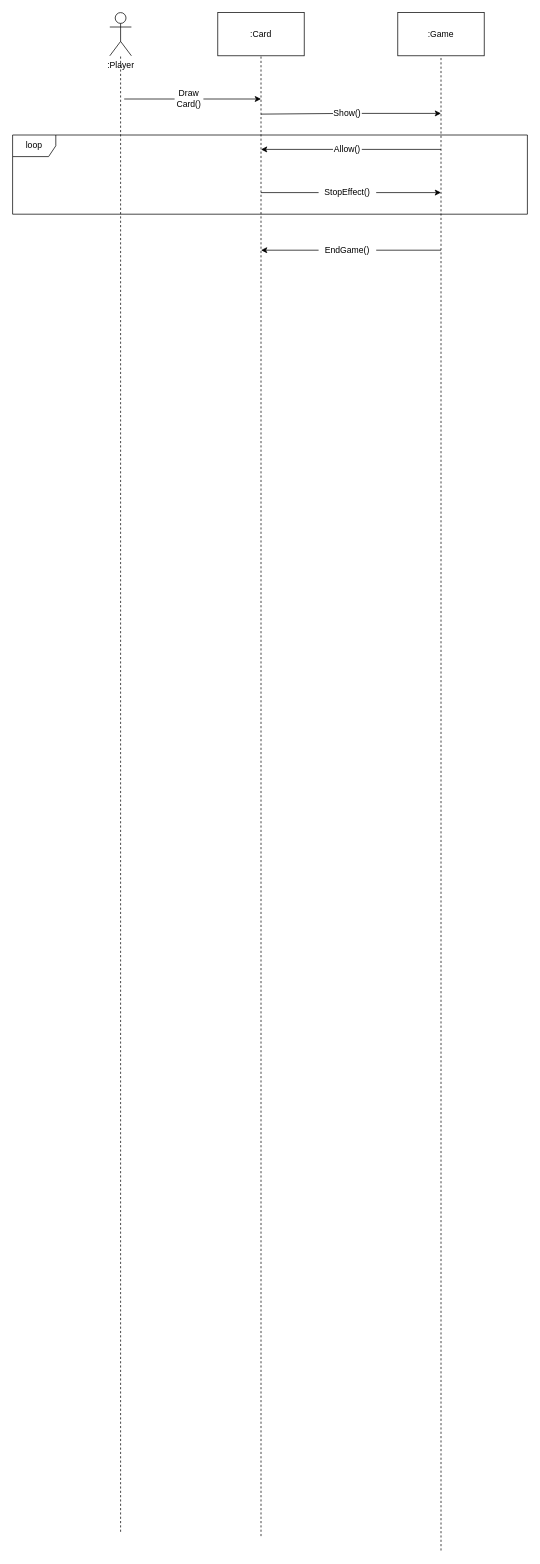
The draw.io diagram deliveries/uml/Draw Leader Card S. Diag..drawio in egyangel/ing-sw-2021-esas-mauri-madhkour-elsheshtawi, before the edit. Source tidied: cells renumbered, new cells numbered last; positions are measured from the earlier drawing's top-left corner, leaving out a move shared by most shapes. Both pictures are drawn from the tidied source at 72%, with x=0, y=0 at pixel (12, 12).
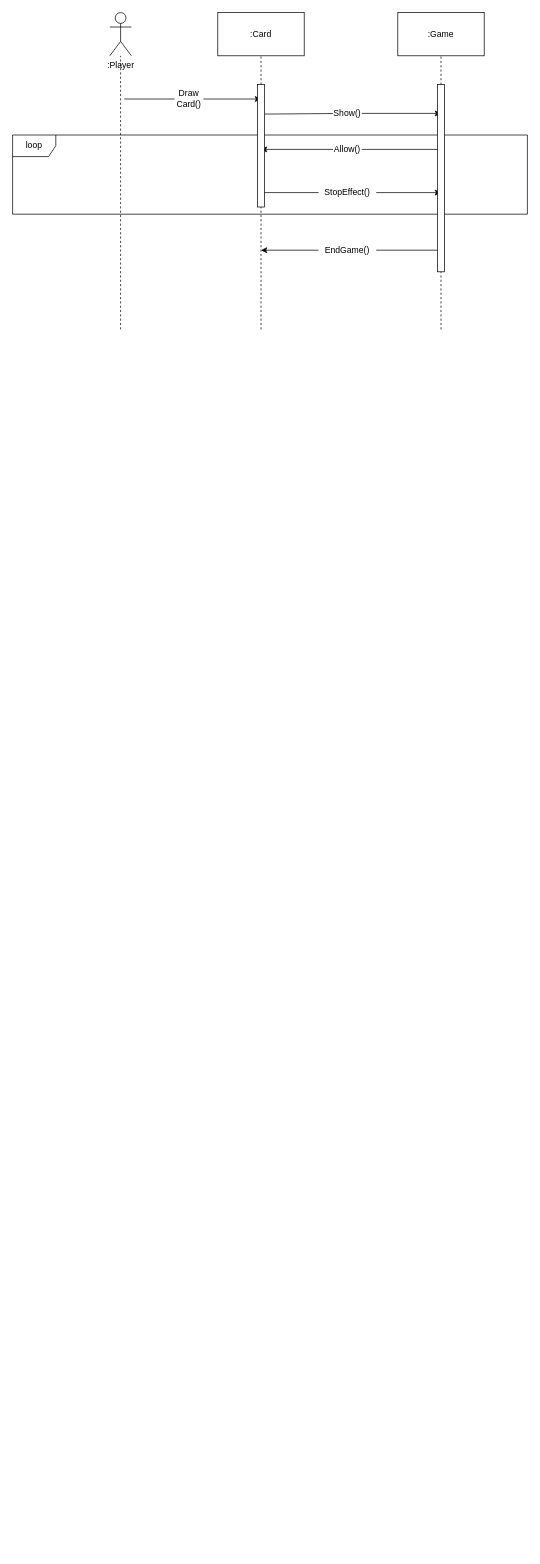
After the change.

The change refers to these unchanged cells:
```xml
<mxCell id="3" value=":Player" style="shape=umlActor;verticalLabelPosition=bottom;verticalAlign=top;html=1;outlineConnect=0;" parent="1" vertex="1">
  <mxGeometry x="135" width="30" height="60" as="geometry" />
</mxCell>
<mxCell id="5" style="rounded=0;whiteSpace=wrap;html=1;" parent="1" vertex="1">
  <mxGeometry x="285" width="120" height="60" as="geometry" />
</mxCell>
```

Diff of the diagram source:
```diff
@@
     <mxCell id="4" style="endArrow=none;dashed=1;html=1;" parent="1" edge="1" target="3">
       <mxGeometry relative="1" as="geometry">
-        <mxPoint x="150" y="2110" as="sourcePoint" />
+        <mxPoint x="150" y="440" as="sourcePoint" />
       </mxGeometry>
     </mxCell>
@@
-    <mxCell id="9" style="endArrow=none;dashed=1;html=1;entryX=0.5;entryY=1;entryDx=0;entryDy=0;" parent="1" edge="1" target="5">
-      <mxGeometry relative="1" as="geometry">
-        <mxPoint x="345" y="2116" as="sourcePoint" />
-      </mxGeometry>
+    <mxCell id="9" style="endArrow=none;dashed=1;html=1;entryX=0.5;entryY=1;entryDx=0;entryDy=0;startArrow=none;" parent="1" edge="1" source="26" target="5">
+      <mxGeometry relative="1" as="geometry" />
     </mxCell>
-    <mxCell id="10" style="endArrow=none;dashed=1;html=1;" parent="1" edge="1">
+    <mxCell id="10" style="endArrow=none;dashed=1;html=1;startArrow=none;" parent="1" edge="1" source="28">
       <mxGeometry relative="1" as="geometry">
-        <mxPoint x="595" y="2136" as="sourcePoint" />
         <mxPoint x="595" y="60" as="targetPoint" />
       </mxGeometry>
     </mxCell>
@@
+    <mxCell id="26" style="html=1;points=[];perimeter=orthogonalPerimeter;" parent="1" vertex="1">
+      <mxGeometry x="340" y="100" width="10" height="170" as="geometry" />
+    </mxCell>
+    <mxCell id="27" style="endArrow=none;dashed=1;html=1;entryX=0.5;entryY=1;entryDx=0;entryDy=0;" parent="1" edge="1" target="26">
+      <mxGeometry relative="1" as="geometry">
+        <mxPoint x="345" y="440" as="sourcePoint" />
+      </mxGeometry>
+    </mxCell>
+    <mxCell id="28" style="html=1;points=[];perimeter=orthogonalPerimeter;" parent="1" vertex="1">
+      <mxGeometry x="590" y="100" width="10" height="260" as="geometry" />
+    </mxCell>
+    <mxCell id="29" style="endArrow=none;dashed=1;html=1;" parent="1" edge="1" target="28">
+      <mxGeometry relative="1" as="geometry">
+        <mxPoint x="595" y="440" as="sourcePoint" />
+      </mxGeometry>
+    </mxCell>
```
